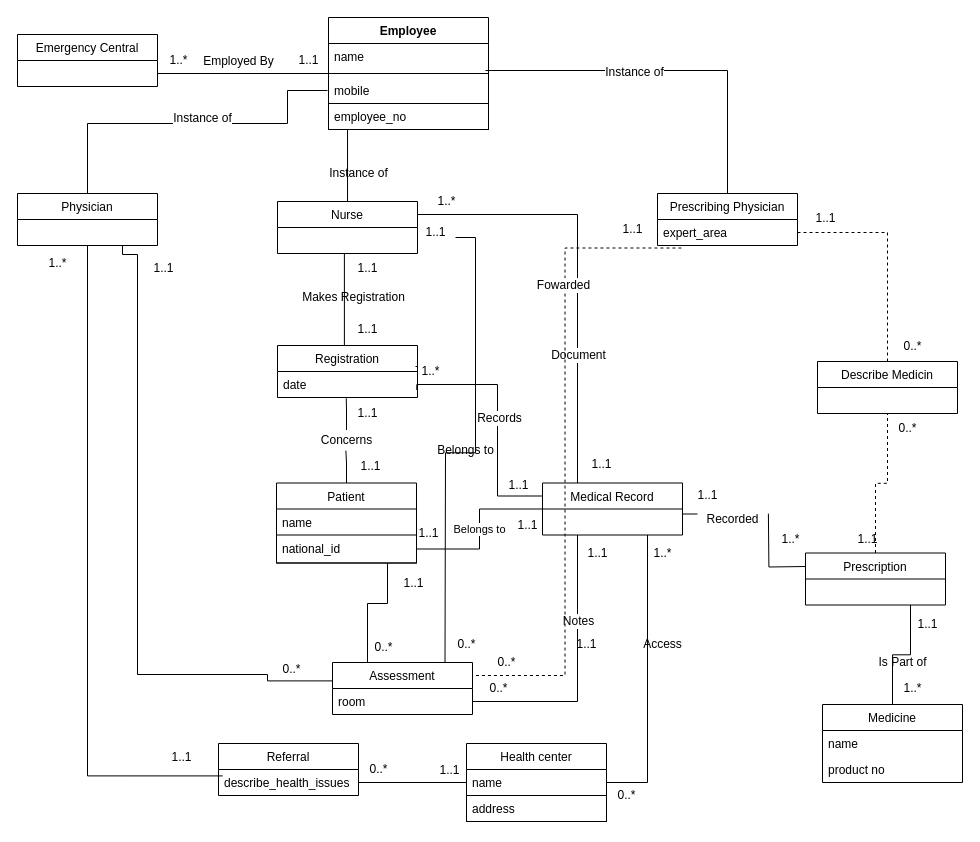
This is mod-t-2.drawio from kestersimm/drawio, a draw.io file, before an edit. Source tidied: cells renumbered, new cells numbered last; positions are measured from the earlier drawing's top-left corner, leaving out a move shared by most shapes. Both pictures are drawn from the tidied source at 100%, with x=0, y=0 at pixel (17, 17).
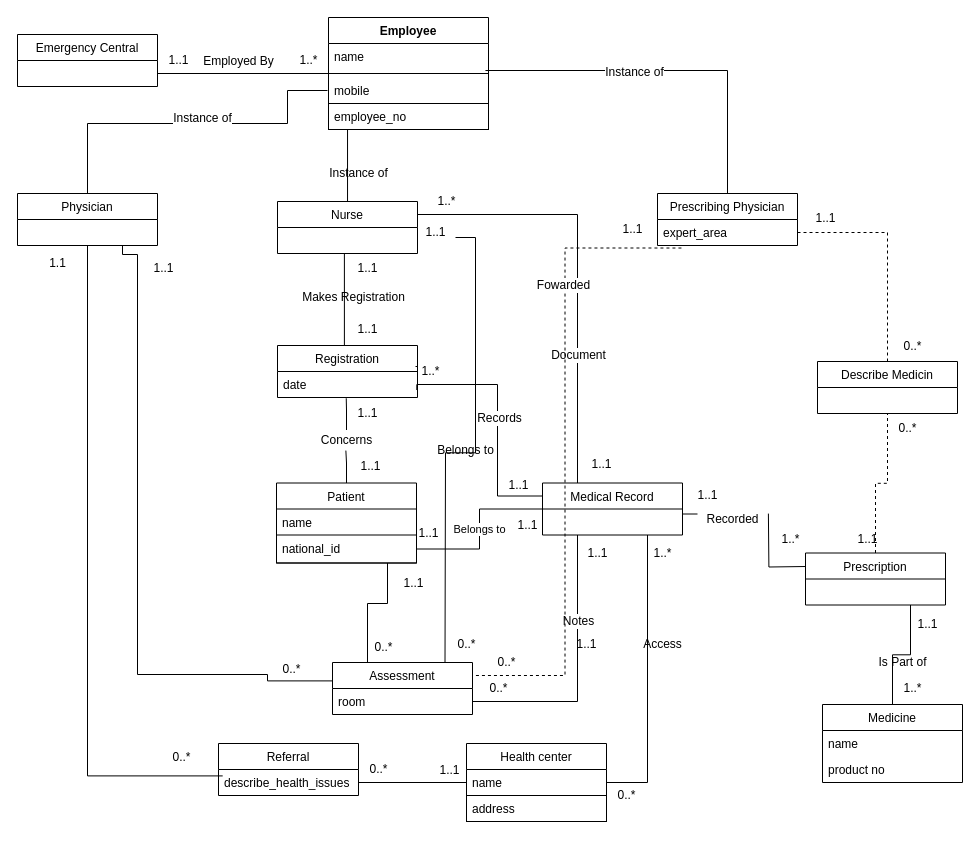
The same diagram, later.

The edit, as a diff of the source:
```diff
@@
-    <mxCell id="10" value="1..1" style="text;html=1;align=center;verticalAlign=middle;" parent="1" vertex="1">
-      <mxGeometry x="271" y="33" width="40" height="20" as="geometry" />
+    <mxCell id="10" value="1..*" style="text;html=1;align=center;verticalAlign=middle;" parent="1" vertex="1">
+      <mxGeometry x="276" y="33" width="30" height="20" as="geometry" />
     </mxCell>
-    <mxCell id="11" value="1..*" style="text;html=1;align=center;verticalAlign=middle;" parent="1" vertex="1">
-      <mxGeometry x="146" y="33" width="30" height="20" as="geometry" />
+    <mxCell id="11" value="1..1" style="text;html=1;align=center;verticalAlign=middle;" parent="1" vertex="1">
+      <mxGeometry x="141" y="33" width="40" height="20" as="geometry" />
     </mxCell>
@@
-    <mxCell id="51" value="1..*" style="text;html=1;align=center;verticalAlign=middle;" parent="1" vertex="1">
+    <mxCell id="51" value="1.1" style="text;html=1;align=center;verticalAlign=middle;" parent="1" vertex="1">
       <mxGeometry x="25" y="236" width="30" height="20" as="geometry" />
     </mxCell>
-    <mxCell id="52" value="1..1" style="text;html=1;align=center;verticalAlign=middle;" parent="1" vertex="1">
-      <mxGeometry x="144" y="730" width="40" height="20" as="geometry" />
+    <mxCell id="52" value="0..*" style="text;html=1;align=center;verticalAlign=middle;" parent="1" vertex="1">
+      <mxGeometry x="149" y="730" width="30" height="20" as="geometry" />
     </mxCell>
```
